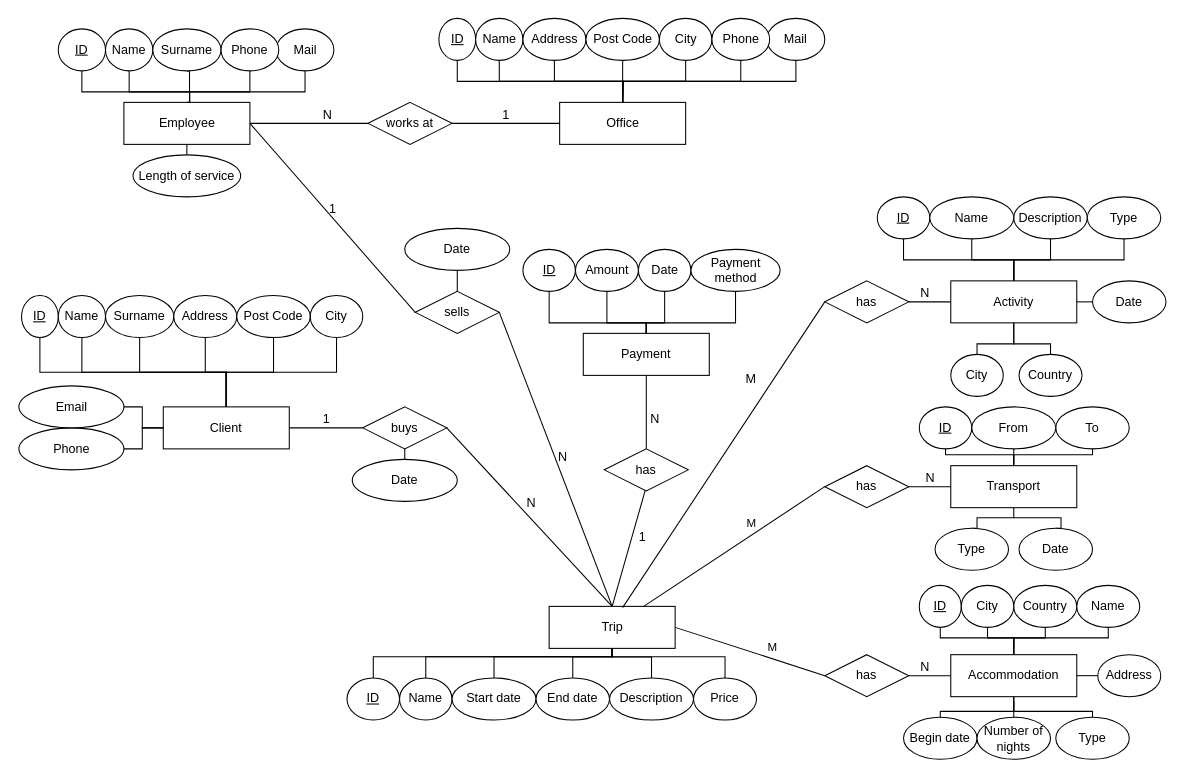
Earlier version of the draw.io diagram page "Proposition 2b" (3 of 4) of Milestone 1/DB Projekt 1.drawio (phootrf/DBProjet1). Source tidied: cells renumbered, new cells numbered last; positions are measured from the earlier drawing's top-left corner, leaving out a move shared by most shapes. Both pictures are drawn from the tidied source at 105%, with x=0, y=0 at pixel (18, 18).
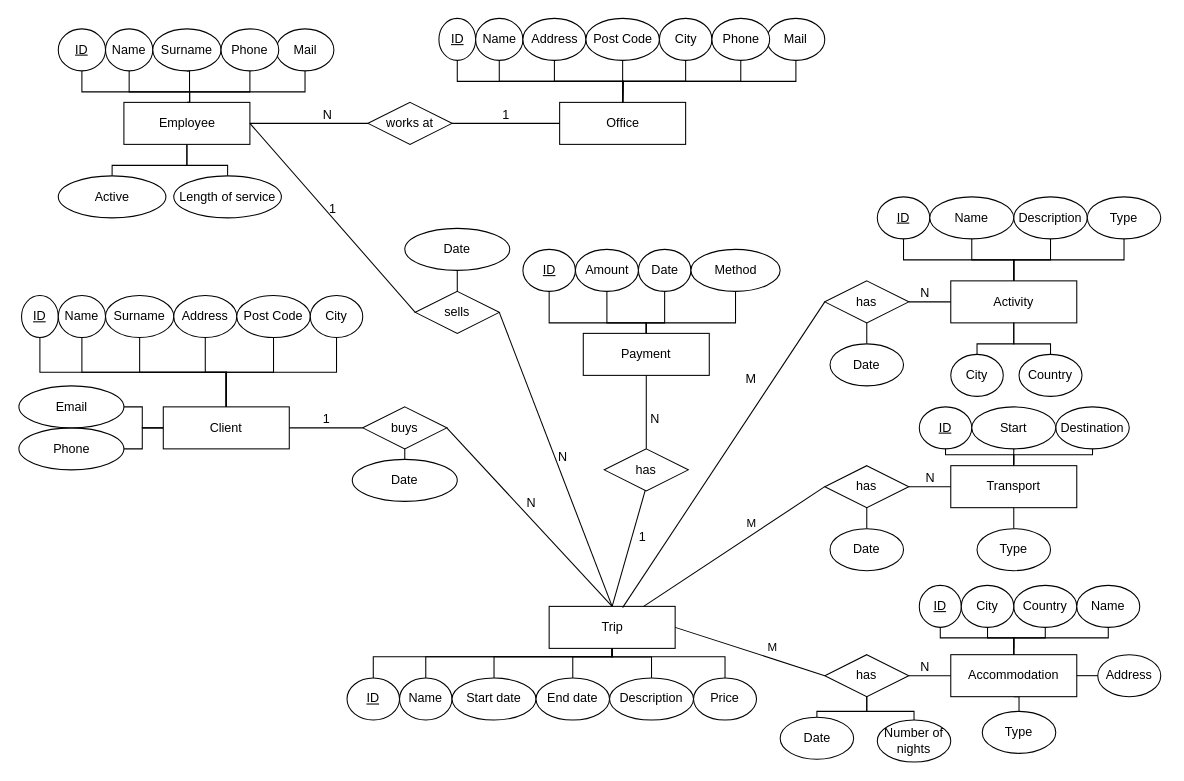
The same page after the edit.

Unchanged cells that the change refers to:
```xml
<mxCell id="7" value="Activity" style="whiteSpace=wrap;html=1;align=center;" parent="1" vertex="1">
  <mxGeometry x="888" y="250" width="120" height="40" as="geometry" />
</mxCell>
<mxCell id="13" value="has" style="shape=rhombus;perimeter=rhombusPerimeter;whiteSpace=wrap;html=1;align=center;" parent="1" vertex="1">
  <mxGeometry x="768" y="250" width="80" height="40" as="geometry" />
</mxCell>
<mxCell id="56" value="Employee" style="whiteSpace=wrap;html=1;align=center;" parent="1" vertex="1">
  <mxGeometry x="100.5" y="80" width="120" height="40" as="geometry" />
</mxCell>
<mxCell id="99" value="Transport" style="whiteSpace=wrap;html=1;align=center;" parent="1" vertex="1">
  <mxGeometry x="888" y="426" width="120" height="40" as="geometry" />
</mxCell>
<mxCell id="115" value="Accommodation" style="whiteSpace=wrap;html=1;align=center;" parent="1" vertex="1">
  <mxGeometry x="888" y="606" width="120" height="40" as="geometry" />
</mxCell>
<mxCell id="116" value="has" style="shape=rhombus;perimeter=rhombusPerimeter;whiteSpace=wrap;html=1;align=center;" parent="1" vertex="1">
  <mxGeometry x="768" y="606" width="80" height="40" as="geometry" />
</mxCell>
```

The edit, as a diff of the source:
```diff
@@
-    <mxCell id="6" style="edgeStyle=orthogonalEdgeStyle;rounded=0;jettySize=auto;html=1;exitX=1;exitY=0.5;exitDx=0;exitDy=0;entryX=0;entryY=0.5;entryDx=0;entryDy=0;labelBackgroundColor=#FF9999;endArrow=none;endFill=0;" parent="1" edge="1" source="7" target="136">
-      <mxGeometry relative="1" as="geometry" />
-    </mxCell>
@@
     <mxCell id="96" value="Length of service" style="ellipse;whiteSpace=wrap;html=1;align=center;" parent="1" vertex="1">
-      <mxGeometry x="109.2" y="130" width="102.5" height="40" as="geometry" />
+      <mxGeometry x="148" y="150" width="102.5" height="40" as="geometry" />
     </mxCell>
@@
-    <mxCell id="105" value="To" style="ellipse;whiteSpace=wrap;html=1;align=center;" parent="1" vertex="1">
+    <mxCell id="105" value="Destination" style="ellipse;whiteSpace=wrap;html=1;align=center;" parent="1" vertex="1">
       <mxGeometry x="988" y="370" width="70" height="40" as="geometry" />
     </mxCell>
@@
-    <mxCell id="107" value="From" style="ellipse;whiteSpace=wrap;html=1;align=center;" parent="1" vertex="1">
+    <mxCell id="107" value="Start" style="ellipse;whiteSpace=wrap;html=1;align=center;" parent="1" vertex="1">
       <mxGeometry x="908" y="370" width="80" height="40" as="geometry" />
     </mxCell>
@@
     <mxCell id="111" style="edgeStyle=orthogonalEdgeStyle;rounded=0;jettySize=auto;html=1;exitX=0.5;exitY=0;exitDx=0;exitDy=0;entryX=0.5;entryY=1;entryDx=0;entryDy=0;endArrow=none;endFill=0;" parent="1" edge="1" source="112" target="99">
-      <mxGeometry relative="1" as="geometry">
-        <Array as="points">
-          <mxPoint x="913" y="475.6" />
-          <mxPoint x="948" y="475.6" />
-        </Array>
-      </mxGeometry>
+      <mxGeometry relative="1" as="geometry" />
     </mxCell>
     <mxCell id="112" value="Type" style="ellipse;whiteSpace=wrap;html=1;align=center;" parent="1" vertex="1">
-      <mxGeometry x="873" y="485.6" width="70" height="40" as="geometry" />
+      <mxGeometry x="913" y="486" width="70" height="40" as="geometry" />
     </mxCell>
-    <mxCell id="113" style="edgeStyle=orthogonalEdgeStyle;rounded=0;jettySize=auto;html=1;exitX=0.5;exitY=0;exitDx=0;exitDy=0;endArrow=none;endFill=0;" parent="1" edge="1" source="114">
-      <mxGeometry relative="1" as="geometry">
-        <mxPoint x="948" y="475.6" as="targetPoint" />
-        <Array as="points">
-          <mxPoint x="993" y="475.6" />
-        </Array>
-      </mxGeometry>
-    </mxCell>
-    <mxCell id="114" value="Date" style="ellipse;whiteSpace=wrap;html=1;align=center;" parent="1" vertex="1">
-      <mxGeometry x="953" y="485.6" width="70" height="40" as="geometry" />
-    </mxCell>
+    <mxCell id="149" style="edgeStyle=orthogonalEdgeStyle;rounded=0;jettySize=auto;html=1;exitX=0.5;exitY=1;exitDx=0;exitDy=0;entryX=0.5;entryY=0;entryDx=0;entryDy=0;endArrow=none;endFill=0;" parent="1" edge="1" source="115" target="133">
+      <mxGeometry relative="1" as="geometry" />
+    </mxCell>
@@
-    <mxCell id="125" style="edgeStyle=orthogonalEdgeStyle;rounded=0;jettySize=auto;html=1;exitX=0.5;exitY=0;exitDx=0;exitDy=0;entryX=0.5;entryY=1;entryDx=0;entryDy=0;labelBackgroundColor=#FF9999;endArrow=none;endFill=0;" parent="1" edge="1" source="126" target="115">
-      <mxGeometry relative="1" as="geometry">
-        <Array as="points">
-          <mxPoint x="878" y="660" />
-          <mxPoint x="948" y="660" />
-        </Array>
-      </mxGeometry>
-    </mxCell>
-    <mxCell id="126" value="Begin date" style="ellipse;whiteSpace=wrap;html=1;align=center;" parent="1" vertex="1">
-      <mxGeometry x="843" y="665.6" width="70" height="40" as="geometry" />
-    </mxCell>
-    <mxCell id="127" style="edgeStyle=orthogonalEdgeStyle;rounded=0;jettySize=auto;html=1;exitX=0.5;exitY=0;exitDx=0;exitDy=0;endArrow=none;endFill=0;entryX=0.5;entryY=1;entryDx=0;entryDy=0;" parent="1" edge="1" source="128" target="115">
-      <mxGeometry relative="1" as="geometry">
-        <Array as="points">
-          <mxPoint x="948" y="666" />
-        </Array>
-      </mxGeometry>
-    </mxCell>
+    <mxCell id="150" style="edgeStyle=orthogonalEdgeStyle;rounded=0;jettySize=auto;html=1;exitX=0.5;exitY=0;exitDx=0;exitDy=0;entryX=0.5;entryY=1;entryDx=0;entryDy=0;endArrow=none;endFill=0;" parent="1" edge="1" source="128" target="116">
+      <mxGeometry relative="1" as="geometry">
+        <Array as="points">
+          <mxPoint x="853" y="660" />
+          <mxPoint x="808" y="660" />
+        </Array>
+      </mxGeometry>
+    </mxCell>
     <mxCell id="128" value="Number of nights" style="ellipse;whiteSpace=wrap;html=1;align=center;" parent="1" vertex="1">
-      <mxGeometry x="913" y="665.6" width="70" height="40" as="geometry" />
+      <mxGeometry x="818" y="668.3" width="70" height="40" as="geometry" />
     </mxCell>
@@
-    <mxCell id="131" value="Payment method" style="ellipse;whiteSpace=wrap;html=1;align=center;" parent="1" vertex="1">
+    <mxCell id="131" value="Method" style="ellipse;whiteSpace=wrap;html=1;align=center;" parent="1" vertex="1">
       <mxGeometry x="640.5" y="220" width="85" height="40" as="geometry" />
     </mxCell>
-    <mxCell id="132" style="edgeStyle=orthogonalEdgeStyle;rounded=0;jettySize=auto;html=1;exitX=0.5;exitY=0;exitDx=0;exitDy=0;labelBackgroundColor=#FF9999;endArrow=none;endFill=0;" parent="1" edge="1" source="133">
-      <mxGeometry relative="1" as="geometry">
-        <mxPoint x="948" y="650" as="targetPoint" />
-        <Array as="points">
-          <mxPoint x="1023" y="660" />
-          <mxPoint x="948" y="660" />
-        </Array>
-      </mxGeometry>
-    </mxCell>
     <mxCell id="133" value="Type" style="ellipse;whiteSpace=wrap;html=1;align=center;" parent="1" vertex="1">
-      <mxGeometry x="988" y="665.6" width="70" height="40" as="geometry" />
+      <mxGeometry x="918" y="660" width="70" height="40" as="geometry" />
     </mxCell>
@@
+    <mxCell id="151" style="edgeStyle=orthogonalEdgeStyle;rounded=0;jettySize=auto;html=1;exitX=0.5;exitY=0;exitDx=0;exitDy=0;entryX=0.5;entryY=1;entryDx=0;entryDy=0;endArrow=none;endFill=0;" parent="1" edge="1" source="136" target="13">
+      <mxGeometry relative="1" as="geometry" />
+    </mxCell>
     <mxCell id="136" value="Date" style="ellipse;whiteSpace=wrap;html=1;align=center;" parent="1" vertex="1">
-      <mxGeometry x="1023" y="250" width="70" height="40" as="geometry" />
+      <mxGeometry x="773" y="310" width="70" height="40" as="geometry" />
     </mxCell>
@@
+    <mxCell id="152" style="edgeStyle=orthogonalEdgeStyle;rounded=0;jettySize=auto;html=1;exitX=0.5;exitY=0;exitDx=0;exitDy=0;entryX=0.5;entryY=1;entryDx=0;entryDy=0;endArrow=none;endFill=0;" parent="1" edge="1" source="153" target="56">
+      <mxGeometry relative="1" as="geometry">
+        <Array as="points">
+          <mxPoint x="89" y="140" />
+          <mxPoint x="161" y="140" />
+        </Array>
+      </mxGeometry>
+    </mxCell>
+    <mxCell id="153" value="Active" style="ellipse;whiteSpace=wrap;html=1;align=center;" parent="1" vertex="1">
+      <mxGeometry x="38" y="150" width="102.5" height="40" as="geometry" />
+    </mxCell>
+    <mxCell id="154" style="edgeStyle=orthogonalEdgeStyle;rounded=0;jettySize=auto;html=1;exitX=0.5;exitY=0;exitDx=0;exitDy=0;entryX=0.5;entryY=1;entryDx=0;entryDy=0;endArrow=none;endFill=0;" parent="1" edge="1" source="155">
+      <mxGeometry relative="1" as="geometry">
+        <mxPoint x="808" y="466" as="targetPoint" />
+      </mxGeometry>
+    </mxCell>
+    <mxCell id="155" value="Date" style="ellipse;whiteSpace=wrap;html=1;align=center;" parent="1" vertex="1">
+      <mxGeometry x="773" y="486" width="70" height="40" as="geometry" />
+    </mxCell>
+    <mxCell id="156" style="edgeStyle=orthogonalEdgeStyle;rounded=0;jettySize=auto;html=1;exitX=0.5;exitY=0;exitDx=0;exitDy=0;entryX=0.5;entryY=1;entryDx=0;entryDy=0;endArrow=none;endFill=0;" parent="1" edge="1" source="157">
+      <mxGeometry relative="1" as="geometry">
+        <mxPoint x="808" y="646" as="targetPoint" />
+        <Array as="points">
+          <mxPoint x="761" y="660" />
+          <mxPoint x="808" y="660" />
+        </Array>
+      </mxGeometry>
+    </mxCell>
+    <mxCell id="157" value="Date" style="ellipse;whiteSpace=wrap;html=1;align=center;" parent="1" vertex="1">
+      <mxGeometry x="725.5" y="665.6" width="70" height="40" as="geometry" />
+    </mxCell>
```
